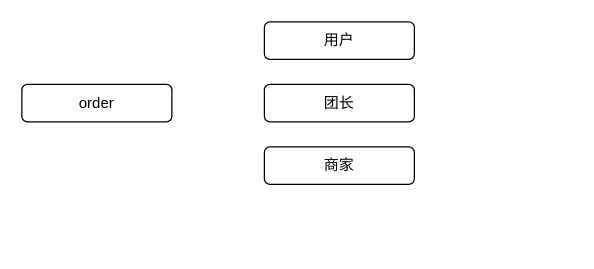
The draw.io diagram draft.drawio in xyfll7/xyfll7, before the edit. Source tidied: cells renumbered, new cells numbered last; positions are measured from the earlier drawing's top-left corner, leaving out a move shared by most shapes. Both pictures are drawn from the tidied source at 125%, with x=0, y=0 at pixel (21, 21).
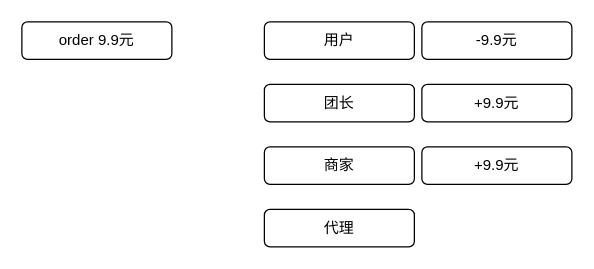
The same page after the edit.

What changed in the source:
```diff
@@
 <mxGraphModel>
   <root>
     <mxCell id="0" />
     <mxCell id="1" parent="0" />
-    <mxCell id="2" value="order" style="rounded=1;whiteSpace=wrap;html=1;" parent="1" vertex="1">
-      <mxGeometry y="50" width="120" height="30" as="geometry" />
+    <mxCell id="2" value="order 9.9元" style="rounded=1;whiteSpace=wrap;html=1;" parent="1" vertex="1">
+      <mxGeometry width="120" height="30" as="geometry" />
     </mxCell>
     <mxCell id="3" value="用户" style="rounded=1;whiteSpace=wrap;html=1;" parent="1" vertex="1">
       <mxGeometry x="194" width="120" height="30" as="geometry" />
     </mxCell>
     <mxCell id="4" value="团长" style="rounded=1;whiteSpace=wrap;html=1;" parent="1" vertex="1">
       <mxGeometry x="194" y="50" width="120" height="30" as="geometry" />
     </mxCell>
     <mxCell id="5" value="商家" style="rounded=1;whiteSpace=wrap;html=1;" parent="1" vertex="1">
       <mxGeometry x="194" y="100" width="120" height="30" as="geometry" />
     </mxCell>
+    <mxCell id="6" value="代理" style="rounded=1;whiteSpace=wrap;html=1;" parent="1" vertex="1">
+      <mxGeometry x="194" y="150" width="120" height="30" as="geometry" />
+    </mxCell>
+    <mxCell id="7" value="-9.9元" style="rounded=1;whiteSpace=wrap;html=1;" parent="1" vertex="1">
+      <mxGeometry x="320" width="120" height="30" as="geometry" />
+    </mxCell>
+    <mxCell id="8" value="+9.9元" style="rounded=1;whiteSpace=wrap;html=1;" parent="1" vertex="1">
+      <mxGeometry x="320" y="50" width="120" height="30" as="geometry" />
+    </mxCell>
+    <mxCell id="9" value="+9.9元" style="rounded=1;whiteSpace=wrap;html=1;" parent="1" vertex="1">
+      <mxGeometry x="320" y="100" width="120" height="30" as="geometry" />
+    </mxCell>
   </root>
 </mxGraphModel>
```
